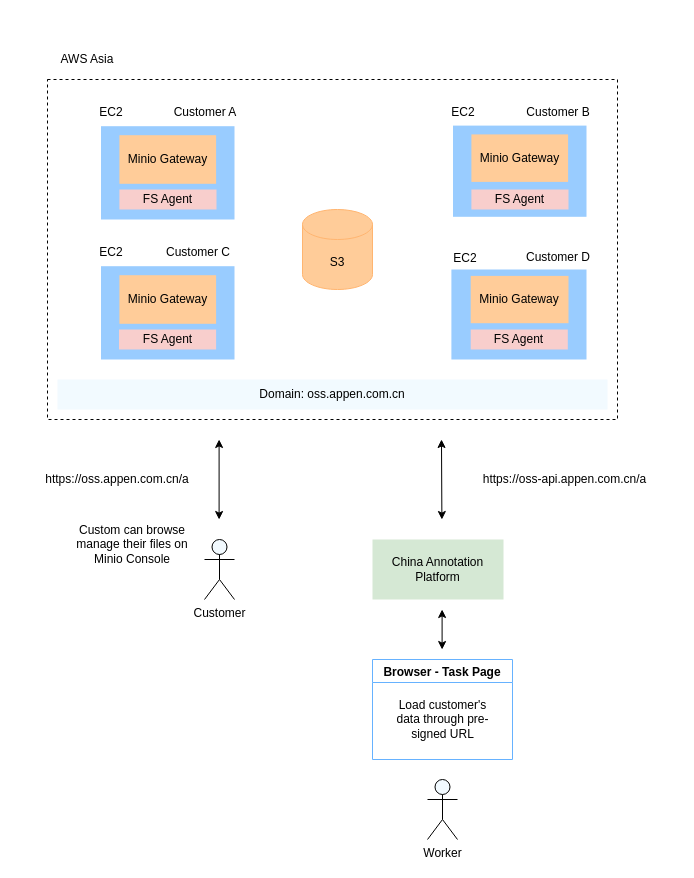
Earlier version of the draw.io diagram Untitled Diagram.drawio (yingjieg/wiki). Source tidied: cells renumbered, new cells numbered last; positions are measured from the earlier drawing's top-left corner, leaving out a move shared by most shapes. Both pictures are drawn from the tidied source at 100%, with x=0, y=0 at pixel (17, 16).
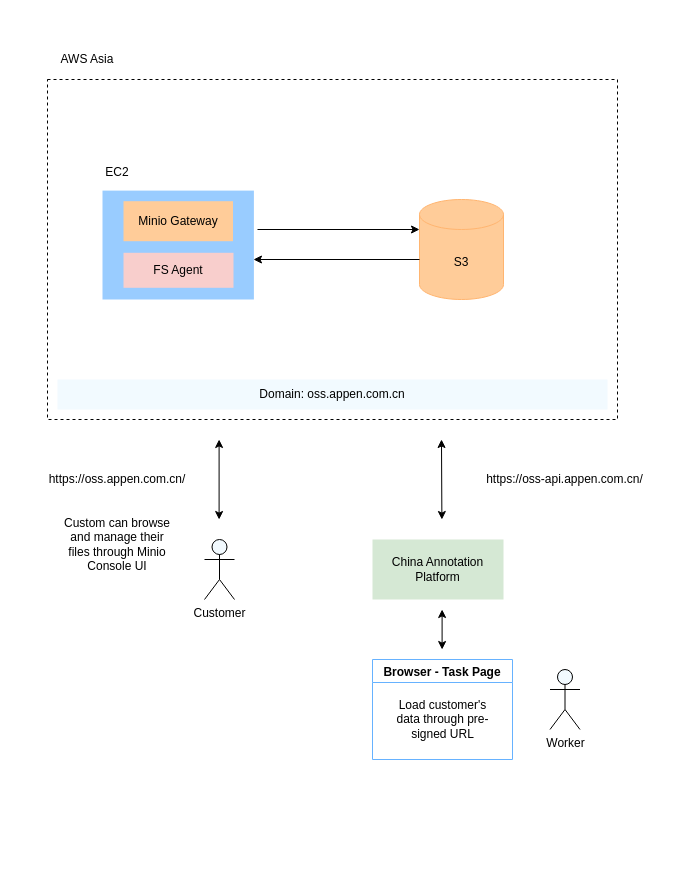
Above is the later version.

Diff of the diagram source:
```diff
@@
     <mxCell id="4" style="group;" parent="1" vertex="1">
-      <mxGeometry x="79" y="83" width="150" height="120" as="geometry" />
+      <mxGeometry x="80" y="143" width="170" height="140" as="geometry" />
     </mxCell>
     <mxCell id="5" style="rounded=0;whiteSpace=wrap;html=1;fillColor=#99CCFF;strokeColor=none;" parent="4" vertex="1">
-      <mxGeometry x="4.5" y="26.7" width="133.5" height="93.3" as="geometry" />
+      <mxGeometry x="5" y="31.1" width="151.4" height="108.9" as="geometry" />
     </mxCell>
-    <mxCell id="6" value="EC2" style="text;html=1;strokeColor=none;fillColor=none;align=center;verticalAlign=middle;whiteSpace=wrap;rounded=0;" parent="4" vertex="1">
-      <mxGeometry width="29.7" height="26.7" as="geometry" />
-    </mxCell>
     <mxCell id="7" value="Minio Gateway" style="rounded=0;whiteSpace=wrap;html=1;fillColor=#FFCC99;strokeColor=none;" parent="4" vertex="1">
-      <mxGeometry x="22.9" y="35.7" width="96.7" height="48.6" as="geometry" />
+      <mxGeometry x="26" y="41.7" width="109.5" height="40" as="geometry" />
     </mxCell>
     <mxCell id="8" value="FS Agent" style="rounded=0;whiteSpace=wrap;html=1;fillColor=#f8cecc;strokeColor=none;" parent="4" vertex="1">
-      <mxGeometry x="22.9" y="90" width="97.1" height="20" as="geometry" />
+      <mxGeometry x="26" y="93.3" width="110" height="35" as="geometry" />
     </mxCell>
-    <mxCell id="9" value="Customer A" style="text;html=1;strokeColor=none;fillColor=none;align=center;verticalAlign=middle;whiteSpace=wrap;rounded=0;" parent="4" vertex="1">
-      <mxGeometry x="68" y="3.3" width="82" height="20" as="geometry" />
-    </mxCell>
-    <mxCell id="10" style="group;" parent="1" vertex="1">
-      <mxGeometry x="481" y="0.3" width="101" height="200" as="geometry" />
-    </mxCell>
-    <mxCell id="11" style="group;" parent="10" vertex="1">
-      <mxGeometry x="-50" y="82.7" width="151" height="117.3" as="geometry" />
-    </mxCell>
-    <mxCell id="12" style="rounded=0;whiteSpace=wrap;html=1;fillColor=#99CCFF;strokeColor=none;" parent="11" vertex="1">
-      <mxGeometry x="4.5" y="26.1" width="133.5" height="91.2" as="geometry" />
-    </mxCell>
-    <mxCell id="13" value="EC2" style="text;html=1;strokeColor=none;fillColor=none;align=center;verticalAlign=middle;whiteSpace=wrap;rounded=0;" parent="11" vertex="1">
-      <mxGeometry width="29.7" height="26.1" as="geometry" />
-    </mxCell>
-    <mxCell id="14" value="Minio Gateway" style="rounded=0;whiteSpace=wrap;html=1;fillColor=#FFCC99;strokeColor=none;" parent="11" vertex="1">
-      <mxGeometry x="22.9" y="34.9" width="96.7" height="47.5" as="geometry" />
-    </mxCell>
-    <mxCell id="15" value="FS Agent" style="rounded=0;whiteSpace=wrap;html=1;fillColor=#f8cecc;strokeColor=none;" parent="11" vertex="1">
-      <mxGeometry x="22.9" y="90" width="97.1" height="20" as="geometry" />
-    </mxCell>
-    <mxCell id="16" value="Customer B" style="text;html=1;strokeColor=none;fillColor=none;align=center;verticalAlign=middle;whiteSpace=wrap;rounded=0;" parent="11" vertex="1">
-      <mxGeometry x="69" y="3" width="82" height="20" as="geometry" />
-    </mxCell>
@@
-    <mxCell id="18" value="https://oss-api.appen.com.cn/a" style="text;html=1;strokeColor=none;fillColor=none;align=center;verticalAlign=middle;whiteSpace=wrap;rounded=0;" parent="1" vertex="1">
+    <mxCell id="18" value="https://oss-api.appen.com.cn/" style="text;html=1;strokeColor=none;fillColor=none;align=center;verticalAlign=middle;whiteSpace=wrap;rounded=0;" parent="1" vertex="1">
       <mxGeometry x="435" y="453" width="225" height="20" as="geometry" />
     </mxCell>
-    <mxCell id="19" value="https://oss.appen.com.cn/a" style="text;html=1;strokeColor=none;fillColor=none;align=center;verticalAlign=middle;whiteSpace=wrap;rounded=0;" parent="1" vertex="1">
+    <mxCell id="19" value="https://oss.appen.com.cn/" style="text;html=1;strokeColor=none;fillColor=none;align=center;verticalAlign=middle;whiteSpace=wrap;rounded=0;" parent="1" vertex="1">
       <mxGeometry y="453" width="200" height="20" as="geometry" />
     </mxCell>
@@
     <mxCell id="21" value="Worker" style="shape=umlActor;verticalLabelPosition=bottom;verticalAlign=top;html=1;fillColor=#F2FAFF;" parent="1" vertex="1">
-      <mxGeometry x="410" y="763" width="30" height="60" as="geometry" />
+      <mxGeometry x="532.5" y="653" width="30" height="60" as="geometry" />
     </mxCell>
@@
-    <mxCell id="26" value="Custom can browse manage their files on Minio Console" style="text;html=1;strokeColor=none;fillColor=none;align=center;verticalAlign=middle;whiteSpace=wrap;rounded=0;dashed=1;" parent="1" vertex="1">
-      <mxGeometry x="55" y="493" width="120" height="70" as="geometry" />
+    <mxCell id="26" value="Custom can browse and manage their files through Minio Console UI" style="text;html=1;strokeColor=none;fillColor=none;align=center;verticalAlign=middle;whiteSpace=wrap;rounded=0;dashed=1;" parent="1" vertex="1">
+      <mxGeometry x="40" y="493" width="120" height="70" as="geometry" />
     </mxCell>
@@
-    <mxCell id="29" style="group;" parent="1" vertex="1">
-      <mxGeometry x="79" y="223" width="153" height="120" as="geometry" />
-    </mxCell>
-    <mxCell id="30" style="rounded=0;whiteSpace=wrap;html=1;fillColor=#99CCFF;strokeColor=none;" parent="29" vertex="1">
-      <mxGeometry x="4.5" y="26.7" width="133.5" height="93.3" as="geometry" />
-    </mxCell>
-    <mxCell id="31" value="EC2" style="text;html=1;strokeColor=none;fillColor=none;align=center;verticalAlign=middle;whiteSpace=wrap;rounded=0;" parent="29" vertex="1">
-      <mxGeometry width="29.7" height="26.7" as="geometry" />
-    </mxCell>
-    <mxCell id="32" value="Minio Gateway" style="rounded=0;whiteSpace=wrap;html=1;fillColor=#FFCC99;strokeColor=none;" parent="29" vertex="1">
-      <mxGeometry x="22.9" y="35.7" width="96.7" height="48.6" as="geometry" />
-    </mxCell>
-    <mxCell id="33" value="FS Agent" style="rounded=0;whiteSpace=wrap;html=1;fillColor=#f8cecc;strokeColor=none;" parent="29" vertex="1">
-      <mxGeometry x="22.5" y="90" width="97.1" height="20" as="geometry" />
-    </mxCell>
-    <mxCell id="34" value="Customer C" style="text;html=1;strokeColor=none;fillColor=none;align=center;verticalAlign=middle;whiteSpace=wrap;rounded=0;" parent="29" vertex="1">
-      <mxGeometry x="61" y="3.3" width="82" height="20" as="geometry" />
-    </mxCell>
     <mxCell id="35" value="S3" style="shape=cylinder3;whiteSpace=wrap;html=1;boundedLbl=1;backgroundOutline=1;size=15;fillColor=#FFCC99;strokeColor=#FFB570;" parent="1" vertex="1">
-      <mxGeometry x="285" y="193" width="70" height="80" as="geometry" />
+      <mxGeometry x="402" y="183" width="84" height="100" as="geometry" />
     </mxCell>
-    <mxCell id="36" style="group;" parent="1" vertex="1">
-      <mxGeometry x="429.4" y="223" width="152.6" height="120" as="geometry" />
-    </mxCell>
-    <mxCell id="37" style="rounded=0;whiteSpace=wrap;html=1;fillColor=#99CCFF;strokeColor=none;" parent="36" vertex="1">
-      <mxGeometry x="4.5" y="30" width="135.1" height="90" as="geometry" />
-    </mxCell>
-    <mxCell id="38" value="EC2" style="text;html=1;strokeColor=none;fillColor=none;align=center;verticalAlign=middle;whiteSpace=wrap;rounded=0;" parent="36" vertex="1">
-      <mxGeometry x="4" y="10" width="30" height="17.8" as="geometry" />
-    </mxCell>
-    <mxCell id="39" value="Minio Gateway" style="rounded=0;whiteSpace=wrap;html=1;fillColor=#FFCC99;strokeColor=none;" parent="36" vertex="1">
-      <mxGeometry x="23.8" y="36.4" width="97.8" height="47.3" as="geometry" />
-    </mxCell>
-    <mxCell id="40" value="FS Agent" style="rounded=0;whiteSpace=wrap;html=1;fillColor=#f8cecc;strokeColor=none;" parent="36" vertex="1">
-      <mxGeometry x="23.8" y="90" width="97.1" height="20" as="geometry" />
-    </mxCell>
-    <mxCell id="41" value="Customer D" style="text;html=1;strokeColor=none;fillColor=none;align=center;verticalAlign=middle;whiteSpace=wrap;rounded=0;" parent="36" vertex="1">
-      <mxGeometry x="70.6" y="7.8" width="82" height="20" as="geometry" />
-    </mxCell>
+    <mxCell id="6" value="EC2" style="text;html=1;strokeColor=none;fillColor=none;align=center;verticalAlign=middle;whiteSpace=wrap;rounded=0;" parent="1" vertex="1">
+      <mxGeometry x="85.2" y="143" width="29.7" height="26.7" as="geometry" />
+    </mxCell>
+    <mxCell id="42" style="endArrow=classic;html=1;entryX=0;entryY=0;entryDx=0;entryDy=30;entryPerimeter=0;" parent="1" edge="1" target="35">
+      <mxGeometry relative="1" as="geometry">
+        <mxPoint x="240" y="213" as="sourcePoint" />
+      </mxGeometry>
+    </mxCell>
+    <mxCell id="43" style="endArrow=classic;html=1;exitX=0;exitY=0;exitDx=0;exitDy=60;exitPerimeter=0;" parent="1" edge="1" source="35">
+      <mxGeometry relative="1" as="geometry">
+        <mxPoint x="236" y="243" as="targetPoint" />
+      </mxGeometry>
+    </mxCell>
```
